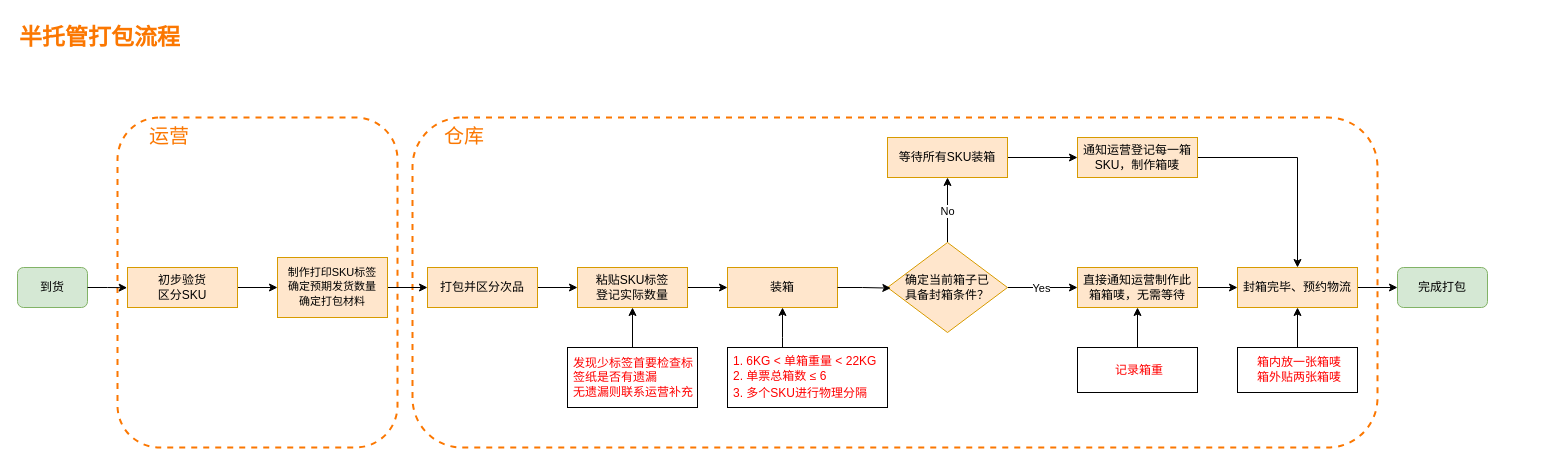
Before: Semi-managed Packaging Process.drawio in Wu-JunHui/Drawings, a draw.io diagram. Source tidied: cells renumbered, new cells numbered last; positions are measured from the earlier drawing's top-left corner, leaving out a move shared by most shapes. Both pictures are drawn from the tidied source at 100%, with x=0, y=0 at pixel (17, 17).
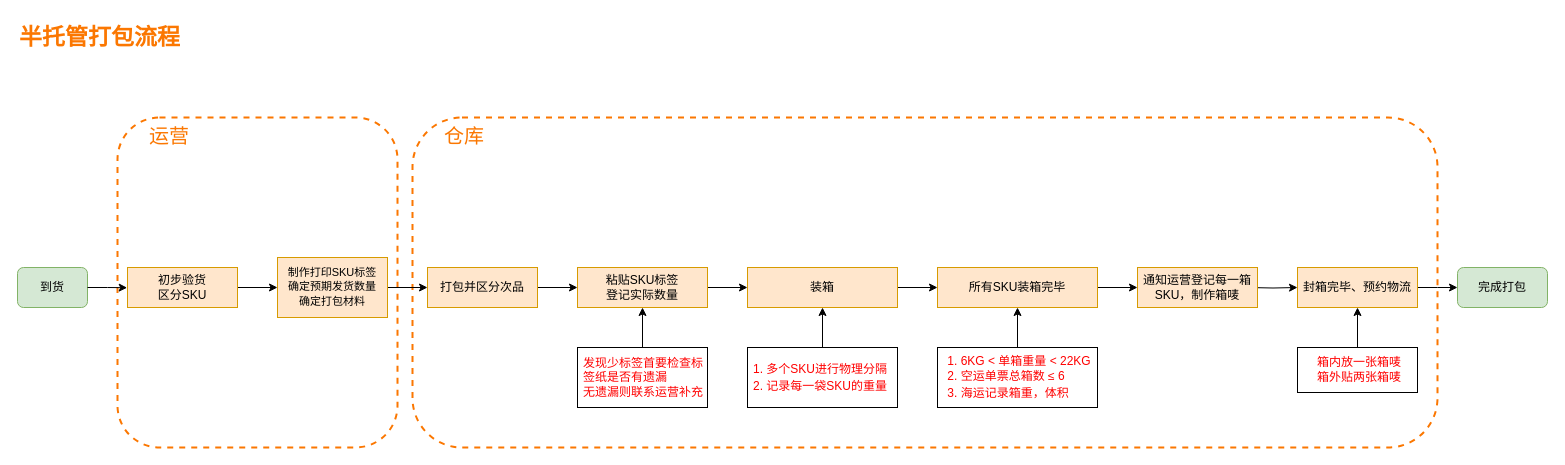
After the change.

The edit, as a diff of the source:
```diff
@@
     <mxCell id="2" value="仓库" style="rounded=1;whiteSpace=wrap;dashed=1;strokeColor=#fb7701;fillColor=none;strokeWidth=2;fontColor=#fb7701;fontSize=20;labelPosition=center;verticalLabelPosition=middle;align=left;verticalAlign=top;spacingLeft=30;" parent="1" vertex="1">
-      <mxGeometry x="395" y="100" width="965" height="330" as="geometry" />
+      <mxGeometry x="395" y="100" width="1025" height="330" as="geometry" />
     </mxCell>
@@
     <mxCell id="13" value="粘贴SKU标签&lt;div&gt;登记实际数量&lt;/div&gt;" style="whiteSpace=wrap;html=1;rounded=0;fillColor=#ffe6cc;strokeColor=#d79b00;" parent="1" vertex="1">
-      <mxGeometry x="560" y="250" width="110" height="40" as="geometry" />
+      <mxGeometry x="560" y="250" width="130" height="40" as="geometry" />
     </mxCell>
+    <mxCell id="39" style="edgeStyle=orthogonalEdgeStyle;rounded=0;jettySize=auto;html=1;" parent="1" edge="1" source="14" target="27">
+      <mxGeometry relative="1" as="geometry" />
+    </mxCell>
     <mxCell id="14" value="装箱" style="whiteSpace=wrap;html=1;rounded=0;fillColor=#ffe6cc;strokeColor=#d79b00;" parent="1" vertex="1">
-      <mxGeometry x="710" y="250" width="110" height="40" as="geometry" />
+      <mxGeometry x="730" y="250" width="150" height="40" as="geometry" />
     </mxCell>
@@
     <mxCell id="16" style="edgeStyle=orthogonalEdgeStyle;rounded=0;jettySize=auto;html=1;" parent="1" edge="1" source="17" target="14">
-      <mxGeometry relative="1" as="geometry">
-        <Array as="points">
-          <mxPoint x="765" y="320" />
-          <mxPoint x="765" y="320" />
-        </Array>
-      </mxGeometry>
+      <mxGeometry relative="1" as="geometry" />
     </mxCell>
-    <mxCell id="17" value="&lt;font style=&quot;font-size: 12px;&quot;&gt;1. 6KG &amp;lt; 单箱重量 &amp;lt; 22KG&lt;/font&gt;&lt;div style=&quot;line-height: 140%;&quot;&gt;&lt;font style=&quot;font-size: 12px;&quot;&gt;2. 单票总箱数&amp;nbsp;&lt;span style=&quot;background-color: rgb(255, 255, 255); white-space: pre-wrap;&quot;&gt;&lt;font face=&quot;Helvetica&quot;&gt;≤&lt;/font&gt;&lt;/span&gt;&lt;span style=&quot;background-color: rgb(255, 255, 255); font-family: -apple-system, BlinkMacSystemFont, &amp;quot;Segoe UI&amp;quot;, &amp;quot;Noto Sans&amp;quot;, Helvetica, Arial, sans-serif, &amp;quot;Apple Color Emoji&amp;quot;, &amp;quot;Segoe UI Emoji&amp;quot;; white-space: pre-wrap;&quot;&gt; &lt;/span&gt;&lt;span style=&quot;background-color: rgb(255, 255, 255); white-space: pre-wrap;&quot;&gt;&lt;font face=&quot;Helvetica&quot; style=&quot;font-size: 12px;&quot;&gt;6&lt;/font&gt;&lt;/span&gt;&lt;/font&gt;&lt;/div&gt;&lt;div style=&quot;line-height: 140%;&quot;&gt;&lt;font style=&quot;font-size: 12px;&quot;&gt;&lt;span style=&quot;background-color: rgb(255, 255, 255); white-space: pre-wrap;&quot;&gt;&lt;font face=&quot;Helvetica&quot; style=&quot;font-size: 12px;&quot;&gt;3. 多个SKU进行物理分隔&lt;/font&gt;&lt;/span&gt;&lt;/font&gt;&lt;/div&gt;" style="whiteSpace=wrap;html=1;align=left;spacingLeft=4;fontColor=#FF0000;" parent="1" vertex="1">
-      <mxGeometry x="710" y="330" width="160" height="60" as="geometry" />
+    <mxCell id="17" value="&lt;div style=&quot;line-height: 140%;&quot;&gt;&lt;font style=&quot;font-size: 12px;&quot;&gt;&lt;span style=&quot;background-color: rgb(255, 255, 255); white-space: pre-wrap;&quot;&gt;&lt;font face=&quot;Helvetica&quot; style=&quot;font-size: 12px;&quot;&gt;1. 多个SKU进行物理分隔&lt;/font&gt;&lt;/span&gt;&lt;/font&gt;&lt;/div&gt;&lt;div style=&quot;line-height: 140%;&quot;&gt;&lt;font style=&quot;font-size: 12px;&quot;&gt;&lt;span style=&quot;background-color: rgb(255, 255, 255); white-space: pre-wrap;&quot;&gt;&lt;font face=&quot;Helvetica&quot; style=&quot;font-size: 12px;&quot;&gt;2. &lt;/font&gt;&lt;/span&gt;&lt;/font&gt;&lt;span style=&quot;background-color: rgb(255, 255, 255); white-space-collapse: preserve;&quot;&gt;记录每一袋SKU的重量&lt;/span&gt;&lt;/div&gt;" style="whiteSpace=wrap;html=1;align=left;spacingLeft=4;fontColor=#FF0000;" parent="1" vertex="1">
+      <mxGeometry x="730" y="330" width="150" height="60" as="geometry" />
     </mxCell>
-    <mxCell id="18" style="edgeStyle=orthogonalEdgeStyle;rounded=0;jettySize=auto;html=1;" parent="1" edge="1" source="22" target="25">
-      <mxGeometry relative="1" as="geometry" />
-    </mxCell>
-    <mxCell id="19" value="Yes" style="edgeLabel;html=1;align=center;verticalAlign=middle;" parent="18" vertex="1">
-      <mxGeometry x="-0.06" relative="1" as="geometry" />
-    </mxCell>
-    <mxCell id="20" style="edgeStyle=orthogonalEdgeStyle;rounded=0;jettySize=auto;html=1;" parent="1" edge="1" source="22" target="27">
-      <mxGeometry relative="1" as="geometry" />
-    </mxCell>
-    <mxCell id="21" value="No" style="edgeLabel;html=1;align=center;verticalAlign=middle;" parent="20" vertex="1">
-      <mxGeometry x="-0.01" y="2" relative="1" as="geometry">
-        <mxPoint x="1" as="offset" />
-      </mxGeometry>
-    </mxCell>
-    <mxCell id="22" value="确定当前箱子&lt;span style=&quot;background-color: initial;&quot;&gt;已&lt;/span&gt;&lt;div&gt;&lt;span style=&quot;background-color: initial;&quot;&gt;具备封箱条件？&lt;/span&gt;&lt;/div&gt;" style="rhombus;whiteSpace=wrap;html=1;fillColor=#ffe6cc;strokeColor=#d79b00;" parent="1" vertex="1">
-      <mxGeometry x="870" y="225" width="120" height="90" as="geometry" />
-    </mxCell>
-    <mxCell id="23" style="edgeStyle=orthogonalEdgeStyle;rounded=0;jettySize=auto;html=1;entryX=0.028;entryY=0.507;entryDx=0;entryDy=0;entryPerimeter=0;" parent="1" edge="1" source="14" target="22">
-      <mxGeometry relative="1" as="geometry" />
-    </mxCell>
-    <mxCell id="24" style="edgeStyle=orthogonalEdgeStyle;rounded=0;jettySize=auto;html=1;" parent="1" edge="1" source="25" target="29">
-      <mxGeometry relative="1" as="geometry" />
+    <mxCell id="24" style="edgeStyle=orthogonalEdgeStyle;rounded=0;jettySize=auto;html=1;" parent="1" edge="1" target="29">
+      <mxGeometry relative="1" as="geometry">
+        <mxPoint x="1230" y="270" as="sourcePoint" />
+      </mxGeometry>
     </mxCell>
-    <mxCell id="25" value="直接通知运营&lt;span style=&quot;background-color: initial;&quot;&gt;制作此箱箱唛，无需等待&lt;/span&gt;" style="whiteSpace=wrap;html=1;fillColor=#ffe6cc;strokeColor=#d79b00;" parent="1" vertex="1">
-      <mxGeometry x="1060" y="250" width="120" height="40" as="geometry" />
-    </mxCell>
@@
-    <mxCell id="27" value="等待所有SKU装箱" style="whiteSpace=wrap;html=1;fillColor=#ffe6cc;strokeColor=#d79b00;" parent="1" vertex="1">
-      <mxGeometry x="870" y="120" width="120" height="40" as="geometry" />
+    <mxCell id="27" value="所有SKU装箱完毕" style="whiteSpace=wrap;html=1;fillColor=#ffe6cc;strokeColor=#d79b00;" parent="1" vertex="1">
+      <mxGeometry x="920" y="250" width="160" height="40" as="geometry" />
     </mxCell>
-    <mxCell id="28" style="edgeStyle=orthogonalEdgeStyle;rounded=0;jettySize=auto;html=1;" parent="1" edge="1" source="29" target="32">
-      <mxGeometry relative="1" as="geometry" />
+    <mxCell id="28" style="edgeStyle=orthogonalEdgeStyle;rounded=0;jettySize=auto;html=1;" parent="1" edge="1" source="29">
+      <mxGeometry relative="1" as="geometry">
+        <mxPoint x="1440" y="270" as="targetPoint" />
+      </mxGeometry>
     </mxCell>
     <mxCell id="29" value="封箱完毕、预约物流" style="whiteSpace=wrap;html=1;fillColor=#ffe6cc;strokeColor=#d79b00;" parent="1" vertex="1">
-      <mxGeometry x="1220" y="250" width="120" height="40" as="geometry" />
+      <mxGeometry x="1280" y="250" width="120" height="40" as="geometry" />
     </mxCell>
-    <mxCell id="30" style="edgeStyle=orthogonalEdgeStyle;rounded=0;jettySize=auto;html=1;" parent="1" edge="1" source="31" target="29">
-      <mxGeometry relative="1" as="geometry" />
-    </mxCell>
     <mxCell id="31" value="通知运营登记每一箱SKU，制作箱唛" style="whiteSpace=wrap;html=1;fillColor=#ffe6cc;strokeColor=#d79b00;" parent="1" vertex="1">
-      <mxGeometry x="1060" y="120" width="120" height="40" as="geometry" />
+      <mxGeometry x="1120" y="250" width="120" height="40" as="geometry" />
     </mxCell>
     <mxCell id="32" value="完成打包" style="rounded=1;whiteSpace=wrap;html=1;fillColor=#d5e8d4;strokeColor=#82b366;" parent="1" vertex="1">
-      <mxGeometry x="1380" y="250" width="90" height="40" as="geometry" />
+      <mxGeometry x="1440" y="250" width="90" height="40" as="geometry" />
     </mxCell>
@@
     <mxCell id="34" value="箱内放一张箱唛&lt;div style=&quot;line-height: 140%;&quot;&gt;箱外贴两张箱唛&lt;/div&gt;" style="whiteSpace=wrap;html=1;align=center;spacingLeft=4;fontColor=#FF0000;" parent="1" vertex="1">
-      <mxGeometry x="1220" y="330" width="120" height="45" as="geometry" />
+      <mxGeometry x="1280" y="330" width="120" height="45" as="geometry" />
     </mxCell>
@@
     <mxCell id="36" value="发现少标签首要检查标签纸是否有遗漏&lt;div&gt;无遗漏则联系运营补充&lt;/div&gt;" style="whiteSpace=wrap;html=1;align=left;spacingLeft=4;fontColor=#FF0000;" parent="1" vertex="1">
-      <mxGeometry x="550" y="330" width="130" height="60" as="geometry" />
+      <mxGeometry x="560" y="330" width="130" height="60" as="geometry" />
     </mxCell>
-    <mxCell id="37" style="edgeStyle=orthogonalEdgeStyle;rounded=0;jettySize=auto;html=1;" parent="1" edge="1" source="38" target="25">
-      <mxGeometry relative="1" as="geometry" />
-    </mxCell>
+    <mxCell id="40" style="edgeStyle=orthogonalEdgeStyle;rounded=0;jettySize=auto;html=1;" parent="1" edge="1" source="38" target="27">
+      <mxGeometry relative="1" as="geometry" />
+    </mxCell>
-    <mxCell id="38" value="记录箱重" style="whiteSpace=wrap;html=1;align=center;spacingLeft=4;fontColor=#FF0000;" parent="1" vertex="1">
-      <mxGeometry x="1060" y="330" width="120" height="45" as="geometry" />
+    <mxCell id="38" value="&lt;div&gt;&lt;font style=&quot;text-align: left;&quot;&gt;1. 6KG &amp;lt; 单箱重量 &amp;lt; 22KG&lt;/font&gt;&lt;div style=&quot;text-align: left; line-height: 16.8px;&quot;&gt;2. 空运单票总箱数&amp;nbsp;&lt;span style=&quot;background-color: rgb(255, 255, 255); white-space-collapse: preserve;&quot;&gt;&lt;font face=&quot;Helvetica&quot;&gt;≤&lt;/font&gt;&lt;/span&gt;&lt;span style=&quot;background-color: rgb(255, 255, 255); font-family: -apple-system, BlinkMacSystemFont, &amp;quot;Segoe UI&amp;quot;, &amp;quot;Noto Sans&amp;quot;, Helvetica, Arial, sans-serif, &amp;quot;Apple Color Emoji&amp;quot;, &amp;quot;Segoe UI Emoji&amp;quot;; white-space-collapse: preserve;&quot;&gt; &lt;/span&gt;&lt;span style=&quot;background-color: rgb(255, 255, 255); white-space-collapse: preserve;&quot;&gt;&lt;font face=&quot;Helvetica&quot;&gt;6&lt;/font&gt;&lt;/span&gt;&lt;/div&gt;&lt;/div&gt;&lt;div style=&quot;text-align: left; line-height: 16.8px;&quot;&gt;&lt;span style=&quot;background-color: rgb(255, 255, 255); white-space-collapse: preserve;&quot;&gt;&lt;font face=&quot;Helvetica&quot;&gt;3. 海运记录箱重，体积&lt;/font&gt;&lt;/span&gt;&lt;/div&gt;" style="whiteSpace=wrap;html=1;align=center;spacingLeft=4;fontColor=#FF0000;" parent="1" vertex="1">
+      <mxGeometry x="920" y="330" width="160" height="60" as="geometry" />
     </mxCell>
```
